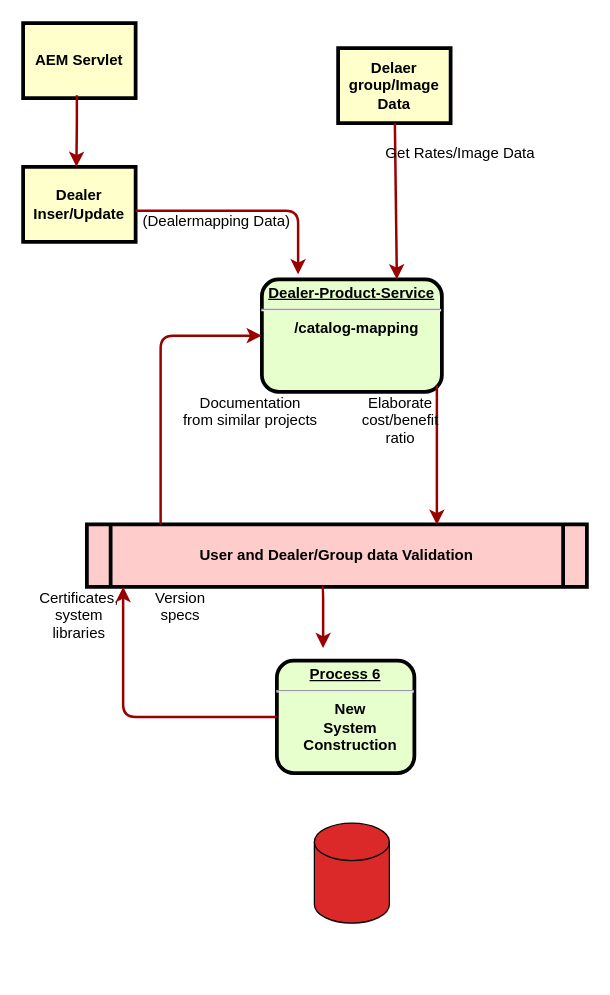
Above: Sample/src/Untitled Diagram.drawio in rameshind/Core (draw.io), before the change. Source tidied: cells renumbered, new cells numbered last; positions are measured from the earlier drawing's top-left corner, leaving out a move shared by most shapes. Both pictures are drawn from the tidied source at 125%, with x=0, y=0 at pixel (22, 22).
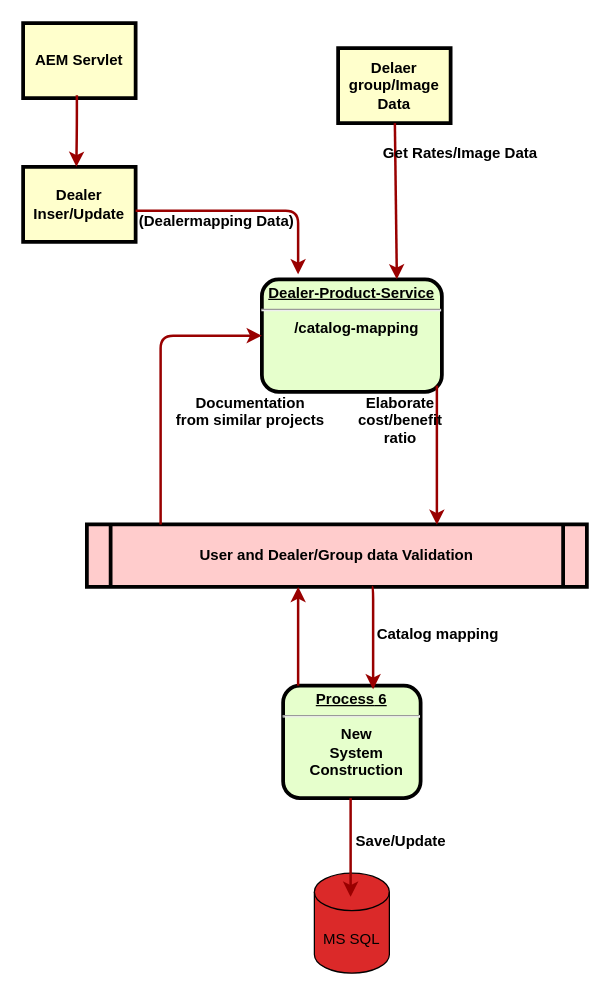
Above is the later version.

The change refers to these unchanged cells:
```xml
<mxCell id="5" value="User and Dealer/Group data Validation" style="shape=process;whiteSpace=wrap;align=center;verticalAlign=middle;size=0.0475;fontStyle=1;strokeWidth=3;fillColor=#FFCCCC;" parent="1" vertex="1">
  <mxGeometry x="51" y="401" width="400" height="50" as="geometry" />
</mxCell>
```

Change to the diagram source:
```diff
@@
     <mxCell id="6" value="&lt;p style=&quot;margin: 0px; margin-top: 4px; text-align: center; text-decoration: underline;&quot;&gt;&lt;strong&gt;&lt;strong&gt;Process&lt;/strong&gt; 6&lt;br /&gt;&lt;/strong&gt;&lt;/p&gt;&lt;hr /&gt;&lt;p style=&quot;margin: 0px; margin-left: 8px;&quot;&gt;New&lt;/p&gt;&lt;p style=&quot;margin: 0px; margin-left: 8px;&quot;&gt;System&lt;/p&gt;&lt;p style=&quot;margin: 0px; margin-left: 8px;&quot;&gt;Construction&lt;/p&gt;" style="verticalAlign=middle;align=center;overflow=fill;fontSize=12;fontFamily=Helvetica;html=1;rounded=1;fontStyle=1;strokeWidth=3;fillColor=#E6FFCC;" parent="1" vertex="1">
-      <mxGeometry x="203" y="510" width="110" height="90" as="geometry" />
+      <mxGeometry x="208" y="530" width="110" height="90" as="geometry" />
     </mxCell>
@@
-    <mxCell id="9" value="(Dealermapping Data)" style="text;spacingTop=-5;align=center;" parent="1" vertex="1">
+    <mxCell id="9" value="(Dealermapping Data)" style="text;spacingTop=-5;align=center;fontStyle=1;" parent="1" vertex="1">
       <mxGeometry x="140" y="150" width="30" height="20" as="geometry" />
     </mxCell>
-    <mxCell id="10" value="Get Rates/Image Data" style="text;spacingTop=-5;align=center;" parent="1" vertex="1">
+    <mxCell id="10" value="Get Rates/Image Data" style="text;spacingTop=-5;align=center;fontStyle=1;" parent="1" vertex="1">
       <mxGeometry x="335" y="95" width="30" height="20" as="geometry" />
     </mxCell>
-    <mxCell id="11" value="Documentation&#10;from similar projects" style="text;spacingTop=-5;align=center;" parent="1" vertex="1">
+    <mxCell id="11" value="Documentation&#10;from similar projects" style="text;spacingTop=-5;align=center;fontStyle=1;" parent="1" vertex="1">
       <mxGeometry x="167" y="295" width="30" height="20" as="geometry" />
     </mxCell>
@@
-    <mxCell id="14" value="Elaborate&#10;cost/benefit&#10;ratio" style="text;spacingTop=-5;align=center;" parent="1" vertex="1">
+    <mxCell id="14" value="Elaborate&#10;cost/benefit&#10;ratio" style="text;spacingTop=-5;align=center;fontStyle=1;" parent="1" vertex="1">
       <mxGeometry x="287" y="295" width="30" height="20" as="geometry" />
     </mxCell>
-    <mxCell id="15" value="Version&#10;specs" style="text;spacingTop=-5;align=center;" parent="1" vertex="1">
-      <mxGeometry x="111" y="451" width="30" height="20" as="geometry" />
+    <mxCell id="15" value="Catalog mapping" style="text;spacingTop=-5;align=center;fontStyle=1;" parent="1" vertex="1">
+      <mxGeometry x="317" y="480" width="30" height="20" as="geometry" />
     </mxCell>
-    <mxCell id="16" value="Certificates,&#10;system&#10;libraries" style="text;spacingTop=-5;align=center;" parent="1" vertex="1">
-      <mxGeometry x="30" y="451" width="30" height="20" as="geometry" />
-    </mxCell>
-    <mxCell id="17" style="edgeStyle=elbowEdgeStyle;elbow=horizontal;strokeColor=#990000;strokeWidth=2;" parent="1" edge="1">
+    <mxCell id="17" style="edgeStyle=elbowEdgeStyle;elbow=horizontal;strokeColor=#990000;strokeWidth=2;startSize=9;jumpSize=28;" parent="1" edge="1">
       <mxGeometry relative="1" as="geometry">
-        <mxPoint x="239" y="451" as="sourcePoint" />
-        <mxPoint x="240" y="500" as="targetPoint" />
+        <mxPoint x="279" y="451" as="sourcePoint" />
+        <mxPoint x="280" y="533" as="targetPoint" />
         <Array as="points">
-          <mxPoint x="240" y="480" />
+          <mxPoint x="280" y="440" />
         </Array>
       </mxGeometry>
     </mxCell>
     <mxCell id="18" style="edgeStyle=elbowEdgeStyle;elbow=horizontal;strokeColor=#990000;strokeWidth=2;" parent="1" edge="1" source="6" target="5">
       <mxGeometry relative="1" as="geometry">
         <Array as="points">
-          <mxPoint x="80" y="460" />
+          <mxPoint x="220" y="510" />
         </Array>
       </mxGeometry>
     </mxCell>
@@
-    <mxCell id="21" style="shape=cylinder3;whiteSpace=wrap;html=1;boundedLbl=1;backgroundOutline=1;size=15;fillColor=light-dark(#db2929, #ededed);" parent="1" vertex="1">
-      <mxGeometry x="233" y="640" width="60" height="80" as="geometry" />
+    <mxCell id="21" value="MS SQL" style="shape=cylinder3;whiteSpace=wrap;html=1;boundedLbl=1;backgroundOutline=1;size=15;fillColor=light-dark(#db2929, #ededed);" parent="1" vertex="1">
+      <mxGeometry x="233" y="680" width="60" height="80" as="geometry" />
     </mxCell>
+    <mxCell id="22" style="edgeStyle=elbowEdgeStyle;elbow=horizontal;strokeColor=#990000;strokeWidth=2;" parent="1" edge="1">
+      <mxGeometry relative="1" as="geometry">
+        <mxPoint x="262" y="620" as="sourcePoint" />
+        <mxPoint x="262" y="699" as="targetPoint" />
+        <Array as="points">
+          <mxPoint x="262" y="640" />
+        </Array>
+      </mxGeometry>
+    </mxCell>
+    <mxCell id="23" value="&lt;b&gt;Save/Update&lt;/b&gt;" style="text;html=1;align=center;verticalAlign=middle;strokeColor=none;fillColor=none;" parent="1" vertex="1">
+      <mxGeometry x="252" y="640" width="100" height="30" as="geometry" />
+    </mxCell>
```
